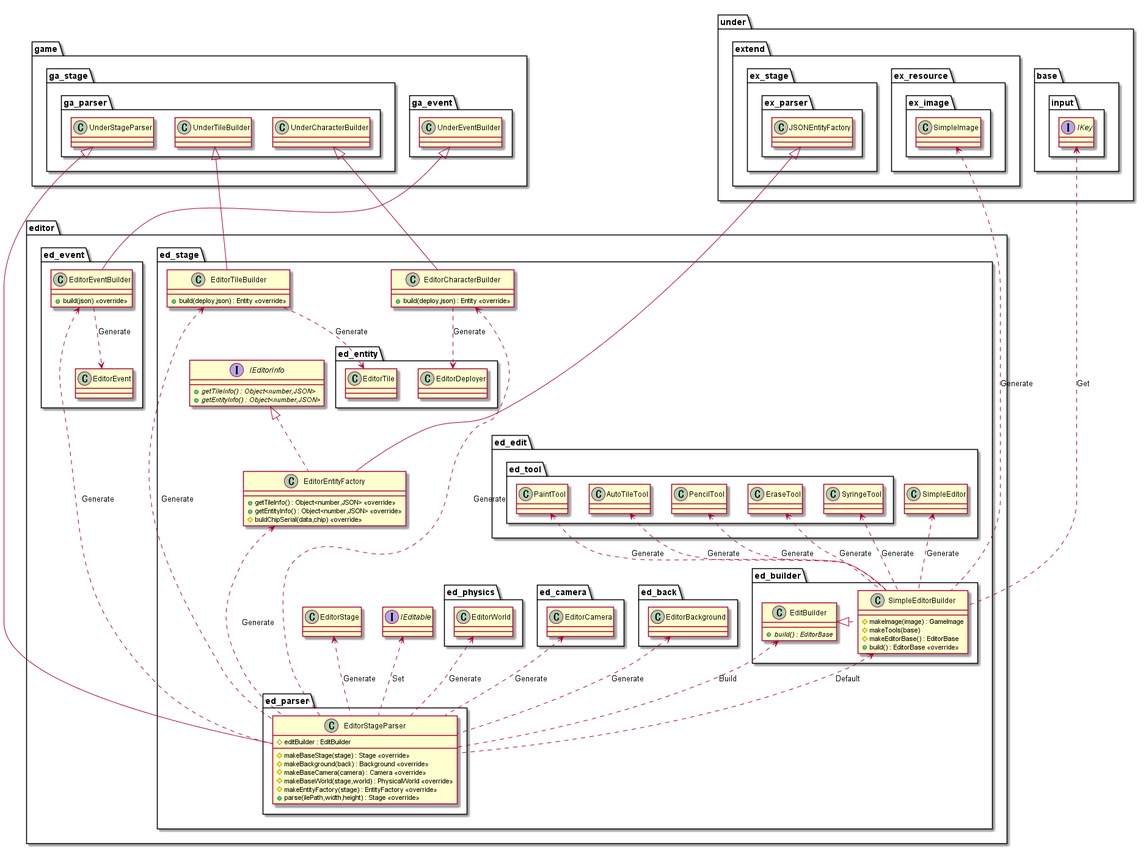
Expine/Under keeps this PlantUML diagram as out/uml/editor/Parser/EditorParser.png. Above is the earlier version.
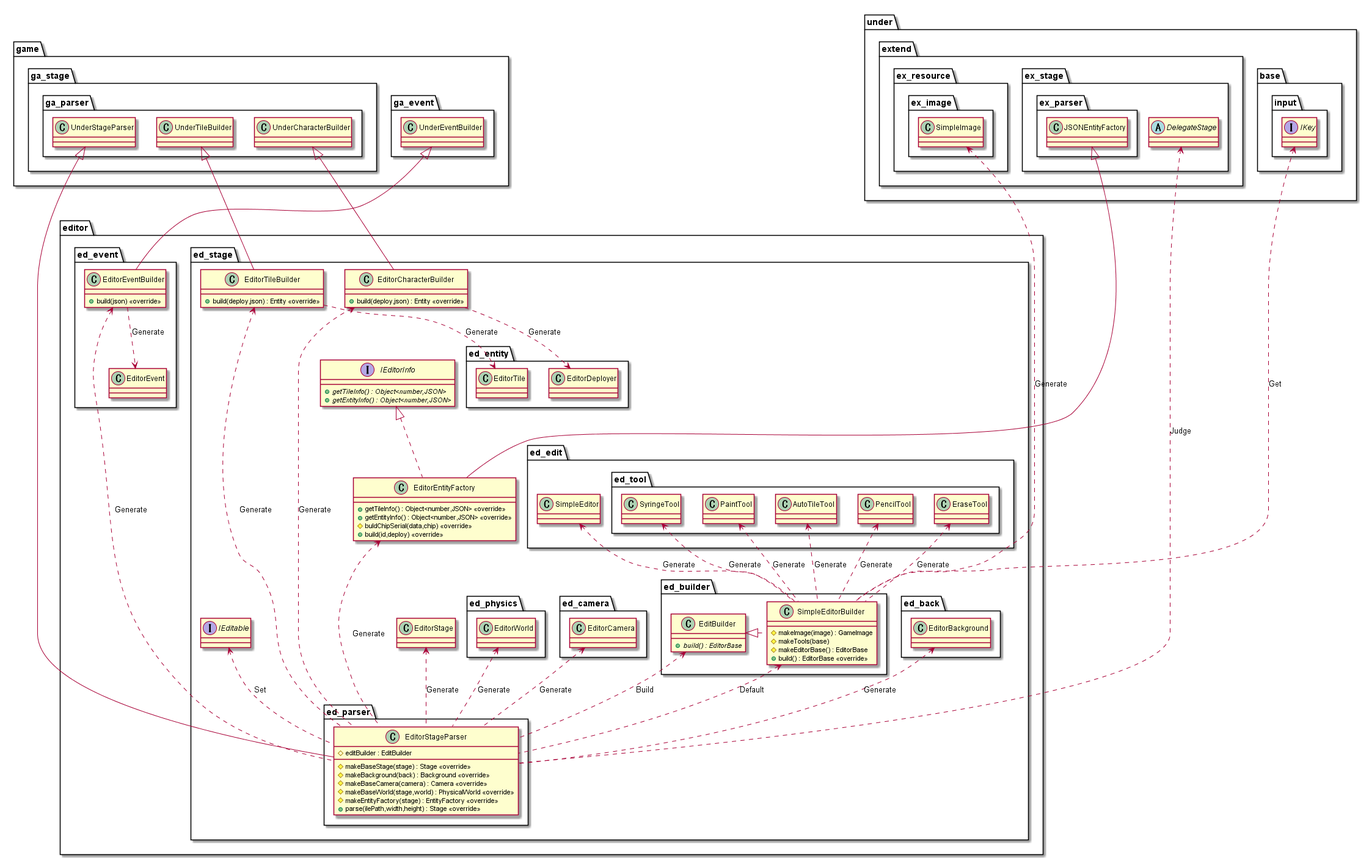
Above is the later version.

The edit, as a diff of the source:
```diff
@@ -39,6 +39,7 @@
             +getTileInfo() : Object<number,JSON> <<override>>
             +getEntityInfo() : Object<number,JSON> <<override>>
             #buldChipSerial(data,chip) <<override>>
+            +build(id,deploy) <<override>>
         }
         interface IEditorInfo {
             {abstract} +getTileInfo() : Object<number,JSON>
@@ -60,6 +61,7 @@
             }
         }
         package ex_stage {
+            abstract DelegateStage
             package ex_parser {
                 class JSONEntityFactory
             }
@@ -121,6 +123,7 @@
 EditorTileBuilder <..... EditorStageParser : Generate
 EditorCharacterBuilder <..... EditorStageParser : Generate
 EditorEventBuilder <..... EditorStageParser : Generate
+DelegateStage <.. EditorStageParser : Judge
 IEditable <.. EditorStageParser : Set
 EditBuilder <.. EditorStageParser : Build
 
```
